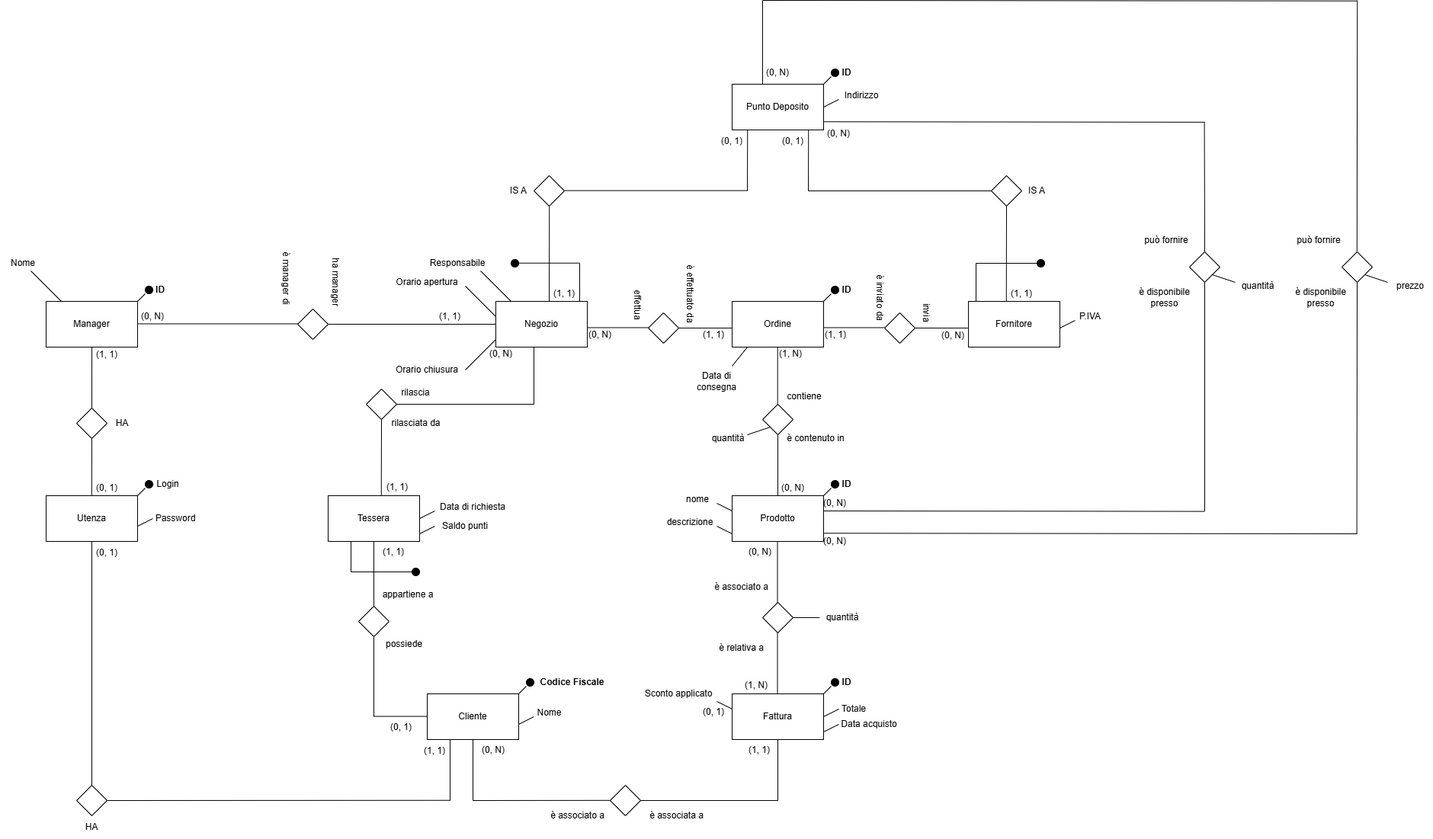
This is docs/diagrams/schema ER (v2).png from Casne99/DB-Project, a draw.io export, as it was before one commit. Source tidied: cells renumbered, new cells last; positions are measured from the earlier drawing's top-left corner, leaving out a move shared by most shapes.
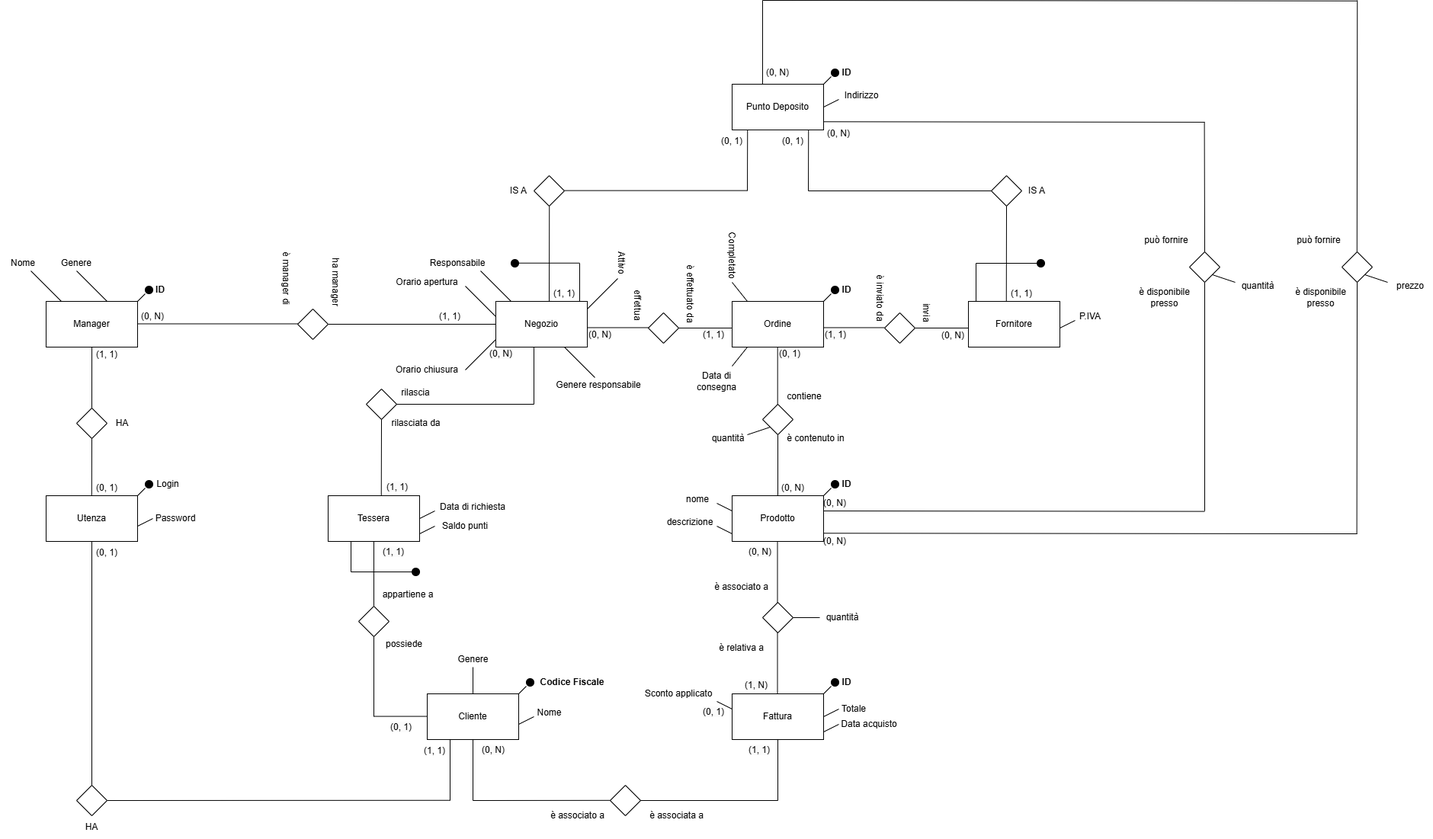
Above is the later version.

What changed in the source:
```diff
@@ -303,7 +303,7 @@
     <mxCell id="77" value="quantità" style="text;html=1;align=center;verticalAlign=middle;whiteSpace=wrap;rounded=0;" parent="1" vertex="1">
       <mxGeometry x="930" y="565" width="50" height="20" as="geometry" />
     </mxCell>
-    <mxCell id="78" value="&lt;span style=&quot;color: rgb(0, 0, 0); font-family: Helvetica; font-size: 12px; font-style: normal; font-variant-ligatures: normal; font-variant-caps: normal; font-weight: 400; letter-spacing: normal; orphans: 2; text-align: center; text-indent: 0px; text-transform: none; widows: 2; word-spacing: 0px; -webkit-text-stroke-width: 0px; white-space: normal; background-color: rgb(251, 251, 251); text-decoration-thickness: initial; text-decoration-style: initial; text-decoration-color: initial; display: inline !important; float: none;&quot;&gt;(1, N)&lt;/span&gt;" style="text;whiteSpace=wrap;html=1;" parent="1" vertex="1">
+    <mxCell id="78" value="&lt;span style=&quot;color: rgb(0, 0, 0); font-family: Helvetica; font-size: 12px; font-style: normal; font-variant-ligatures: normal; font-variant-caps: normal; font-weight: 400; letter-spacing: normal; orphans: 2; text-align: center; text-indent: 0px; text-transform: none; widows: 2; word-spacing: 0px; -webkit-text-stroke-width: 0px; white-space: normal; background-color: rgb(251, 251, 251); text-decoration-thickness: initial; text-decoration-style: initial; text-decoration-color: initial; display: inline !important; float: none;&quot;&gt;(0, 1)&lt;/span&gt;" style="text;whiteSpace=wrap;html=1;" parent="1" vertex="1">
       <mxGeometry x="1020" y="450" width="60" height="40" as="geometry" />
     </mxCell>
     <mxCell id="79" value="(0, N)" style="text;html=1;align=center;verticalAlign=middle;whiteSpace=wrap;rounded=0;" parent="1" vertex="1">
@@ -777,5 +777,50 @@
     <mxCell id="190" value="quantità" style="text;html=1;align=center;verticalAlign=middle;whiteSpace=wrap;rounded=0;" parent="1" vertex="1">
       <mxGeometry x="1080" y="800" width="50" height="20" as="geometry" />
     </mxCell>
+    <mxCell id="191" style="endArrow=none;html=1;rounded=0;" parent="1" edge="1">
+      <mxGeometry relative="1" as="geometry">
+        <mxPoint x="780" y="495" as="sourcePoint" />
+        <mxPoint x="740" y="455" as="targetPoint" />
+      </mxGeometry>
+    </mxCell>
+    <mxCell id="192" value="Genere responsabile" style="text;html=1;align=center;verticalAlign=middle;whiteSpace=wrap;rounded=0;" parent="1" vertex="1">
+      <mxGeometry x="725" y="490" width="120" height="30" as="geometry" />
+    </mxCell>
+    <mxCell id="193" value="Genere" style="text;html=1;align=center;verticalAlign=middle;strokeColor=none;fillColor=none;" parent="1" vertex="1">
+      <mxGeometry x="590" y="850" width="60" height="30" as="geometry" />
+    </mxCell>
+    <mxCell id="194" style="endArrow=none;html=1;rounded=0;" parent="1" edge="1">
+      <mxGeometry relative="1" as="geometry">
+        <mxPoint x="620" y="910" as="sourcePoint" />
+        <mxPoint x="620" y="875" as="targetPoint" />
+      </mxGeometry>
+    </mxCell>
+    <mxCell id="195" style="endArrow=none;html=1;rounded=0;" parent="1" edge="1">
+      <mxGeometry relative="1" as="geometry">
+        <mxPoint x="140" y="395" as="sourcePoint" />
+        <mxPoint x="100" y="355" as="targetPoint" />
+      </mxGeometry>
+    </mxCell>
+    <mxCell id="196" value="Genere" style="text;html=1;align=center;verticalAlign=middle;whiteSpace=wrap;rounded=0;" parent="1" vertex="1">
+      <mxGeometry x="70" y="330" width="60" height="30" as="geometry" />
+    </mxCell>
+    <mxCell id="197" style="endArrow=none;html=1;rounded=0;" parent="1" edge="1">
+      <mxGeometry relative="1" as="geometry">
+        <mxPoint x="960" y="370" as="sourcePoint" />
+        <mxPoint x="980" y="395" as="targetPoint" />
+      </mxGeometry>
+    </mxCell>
+    <mxCell id="198" value="Completato" style="text;html=1;align=center;verticalAlign=middle;whiteSpace=wrap;rounded=0;rotation=90;" parent="1" vertex="1">
+      <mxGeometry x="930" y="320" width="60" height="30" as="geometry" />
+    </mxCell>
+    <mxCell id="199" style="endArrow=none;html=1;rounded=0;" parent="1" edge="1">
+      <mxGeometry relative="1" as="geometry">
+        <mxPoint x="810" y="365" as="sourcePoint" />
+        <mxPoint x="770" y="405" as="targetPoint" />
+      </mxGeometry>
+    </mxCell>
+    <mxCell id="200" value="Attivo" style="text;html=1;align=center;verticalAlign=middle;whiteSpace=wrap;rounded=0;rotation=90;" parent="1" vertex="1">
+      <mxGeometry x="785" y="330" width="60" height="30" as="geometry" />
+    </mxCell>
   </root>
 </mxGraphModel>
```
